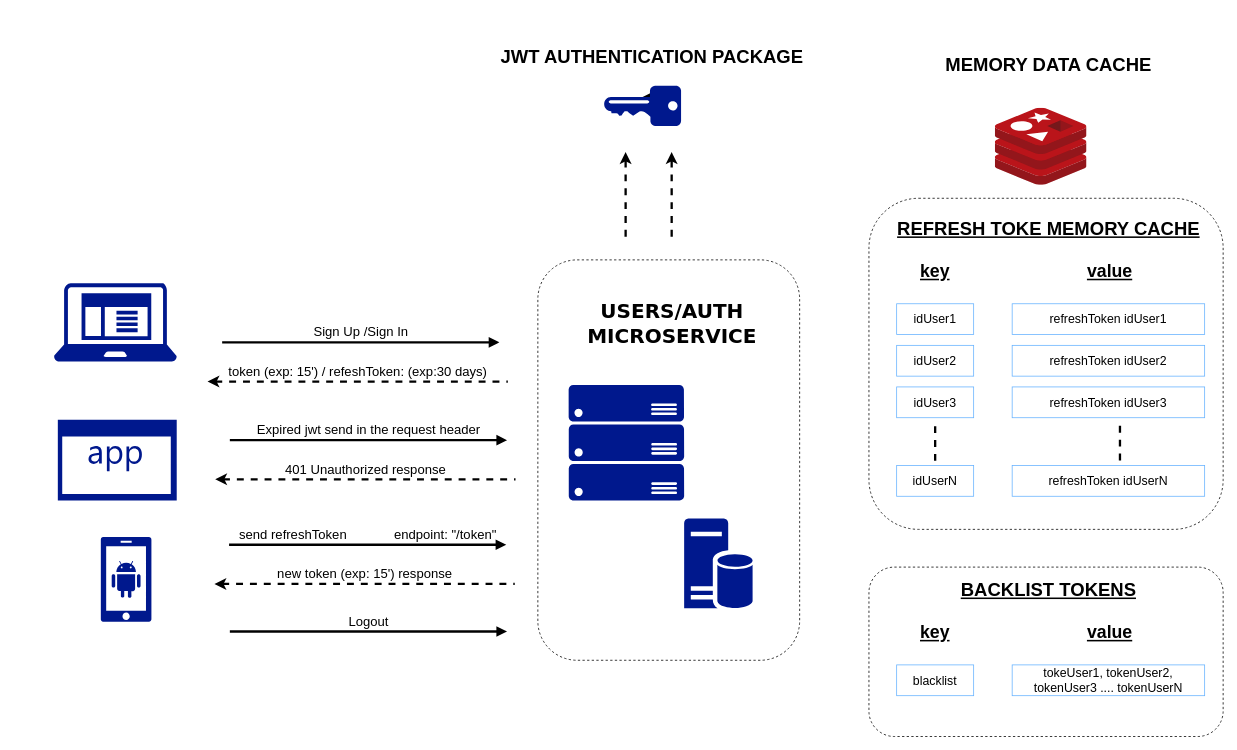
This is page "Redis-JWT-Blacklist" (2 of 2) of Untitled Diagram.drawio from alicembranos/microservices-backend, a draw.io file, before an edit. Source tidied: cells renumbered, new cells numbered last; positions are measured from the earlier drawing's top-left corner, leaving out a move shared by most shapes. Both pictures are drawn from the tidied source at 77%, with x=0, y=0 at pixel (54, 13).
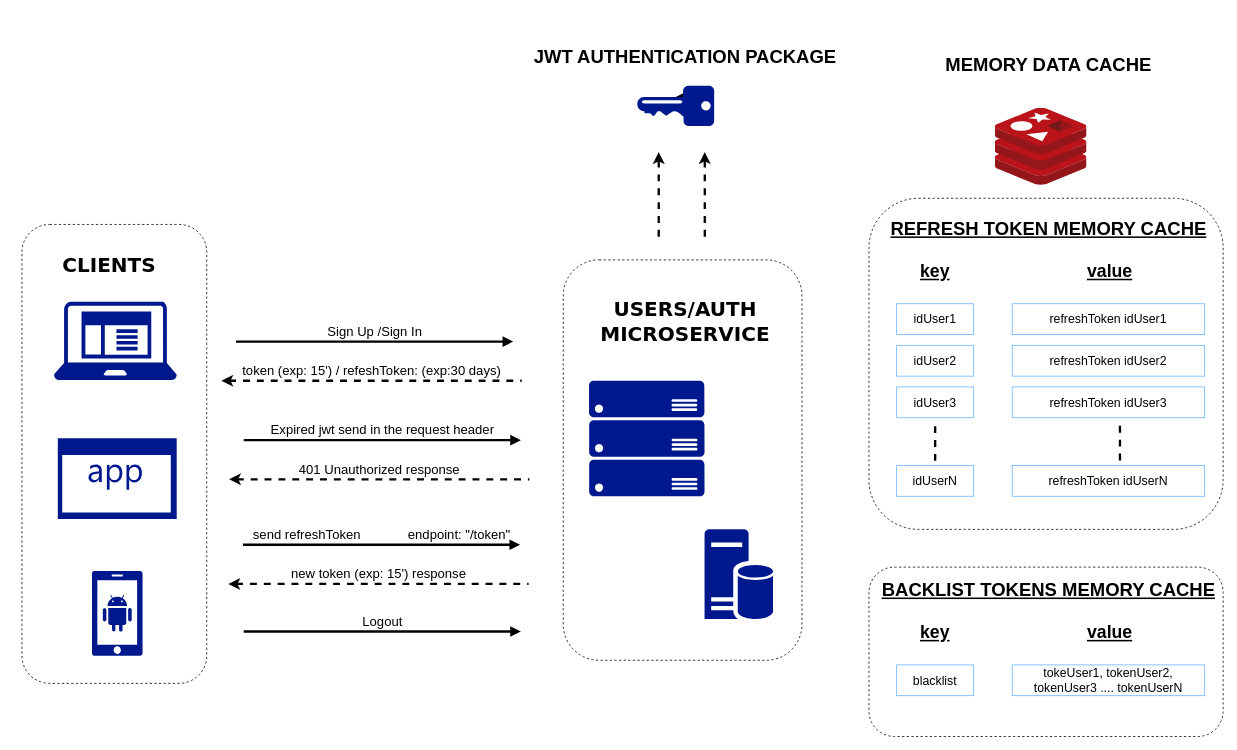
The same diagram, later.

Change to the diagram source:
```diff
@@
+    <mxCell id="43" style="rounded=1;whiteSpace=wrap;html=1;fontFamily=Verdana;fontSize=14;fontColor=#0000CC;strokeWidth=1;dashed=1;" parent="1" vertex="1">
+      <mxGeometry x="-42" y="274" width="240" height="596" as="geometry" />
+    </mxCell>
@@
     <mxCell id="3" style="rounded=1;whiteSpace=wrap;html=1;fontFamily=Verdana;fontSize=14;fontColor=#0000CC;strokeWidth=1;dashed=1;" parent="1" vertex="1">
-      <mxGeometry x="628" y="320" width="340" height="520" as="geometry" />
+      <mxGeometry x="661" y="320" width="310" height="520" as="geometry" />
     </mxCell>
@@
     <mxCell id="5" style="sketch=0;shadow=0;dashed=0;html=1;strokeColor=none;labelPosition=center;verticalLabelPosition=bottom;verticalAlign=top;align=center;fillColor=#00188D;shape=mxgraph.azure.server_rack;" parent="1" vertex="1">
-      <mxGeometry x="668" y="482.5" width="150" height="150" as="geometry" />
+      <mxGeometry x="694.5" y="477" width="150" height="150" as="geometry" />
     </mxCell>
     <mxCell id="6" style="sketch=0;shadow=0;dashed=0;html=1;strokeColor=none;labelPosition=center;verticalLabelPosition=bottom;verticalAlign=top;align=center;fillColor=#00188D;shape=mxgraph.mscae.enterprise.database_server;" parent="1" vertex="1">
-      <mxGeometry x="818" y="656" width="88.9" height="117" as="geometry" />
+      <mxGeometry x="844.5" y="670" width="88.9" height="117" as="geometry" />
     </mxCell>
     <mxCell id="7" value="&lt;font style=&quot;font-size: 26px;&quot;&gt;USERS/AUTH MICROSERVICE&lt;/font&gt;" style="text;html=1;strokeColor=none;fillColor=none;align=center;verticalAlign=middle;whiteSpace=wrap;rounded=0;dashed=1;fontFamily=Verdana;fontSize=26;fontColor=#000000;fontStyle=1;" parent="1" vertex="1">
-      <mxGeometry x="678" y="360" width="249" height="86" as="geometry" />
+      <mxGeometry x="694.5" y="358" width="249" height="86" as="geometry" />
     </mxCell>
@@
     <mxCell id="9" style="sketch=0;shadow=0;dashed=0;html=1;strokeColor=none;labelPosition=center;verticalLabelPosition=bottom;verticalAlign=top;align=center;fillColor=#00188D;shape=mxgraph.mscae.enterprise.key_permissions;labelBorderColor=none;fontFamily=Helvetica;fontSize=16;fontColor=#0000CC;rotation=90;" parent="1" vertex="1">
-      <mxGeometry x="738" y="70" width="52" height="100" as="geometry" />
+      <mxGeometry x="781" y="70" width="52" height="100" as="geometry" />
     </mxCell>
@@
     <mxCell id="11" value="JWT AUTHENTICATION PACKAGE" style="text;html=1;fontSize=24;fontStyle=1;verticalAlign=middle;align=center;fontColor=#000000;" parent="1" vertex="1">
-      <mxGeometry x="608" width="336" height="113" as="geometry" />
+      <mxGeometry x="651" width="336" height="113" as="geometry" />
     </mxCell>
     <mxCell id="12" value="Sign Up /Sign In" style="html=1;verticalAlign=bottom;endArrow=block;rounded=0;fontFamily=Helvetica;fontSize=17;fontColor=#000000;strokeColor=#000000;strokeWidth=3;labelBackgroundColor=none;" parent="1" edge="1">
       <mxGeometry relative="1" as="geometry">
-        <mxPoint x="218" y="427.1" as="sourcePoint" />
-        <mxPoint x="578" y="427.1" as="targetPoint" />
+        <mxPoint x="236" y="426.1" as="sourcePoint" />
+        <mxPoint x="596" y="426.1" as="targetPoint" />
       </mxGeometry>
     </mxCell>
     <mxCell id="13" value="token (exp: 15') / refeshToken: (exp:30 days)" style="html=1;verticalAlign=bottom;endArrow=none;rounded=0;fontFamily=Helvetica;fontSize=17;fontColor=#000000;strokeColor=#000000;strokeWidth=3;labelBackgroundColor=none;dashed=1;startArrow=classic;startFill=1;endFill=0;" parent="1" edge="1">
       <mxGeometry relative="1" as="geometry">
-        <mxPoint x="199" y="478" as="sourcePoint" />
-        <mxPoint x="589" y="478" as="targetPoint" />
+        <mxPoint x="217" y="477" as="sourcePoint" />
+        <mxPoint x="607" y="477" as="targetPoint" />
       </mxGeometry>
     </mxCell>
     <mxCell id="14" value="Expired jwt send in the request header" style="html=1;verticalAlign=bottom;endArrow=block;rounded=0;fontFamily=Helvetica;fontSize=17;fontColor=#000000;strokeColor=#000000;strokeWidth=3;labelBackgroundColor=none;" parent="1" edge="1">
       <mxGeometry relative="1" as="geometry">
-        <mxPoint x="228" y="554.1" as="sourcePoint" />
-        <mxPoint x="588" y="554.1" as="targetPoint" />
+        <mxPoint x="246" y="554.1" as="sourcePoint" />
+        <mxPoint x="606" y="554.1" as="targetPoint" />
       </mxGeometry>
     </mxCell>
     <mxCell id="15" value="401 Unauthorized response" style="html=1;verticalAlign=bottom;endArrow=none;rounded=0;fontFamily=Helvetica;fontSize=17;fontColor=#000000;strokeColor=#000000;strokeWidth=3;labelBackgroundColor=none;dashed=1;startArrow=classic;startFill=1;endFill=0;" parent="1" edge="1">
       <mxGeometry relative="1" as="geometry">
-        <mxPoint x="209" y="605" as="sourcePoint" />
-        <mxPoint x="599" y="605" as="targetPoint" />
+        <mxPoint x="227" y="605" as="sourcePoint" />
+        <mxPoint x="617" y="605" as="targetPoint" />
       </mxGeometry>
     </mxCell>
     <mxCell id="16" style="sketch=0;shadow=0;dashed=0;html=1;strokeColor=none;labelPosition=center;verticalLabelPosition=bottom;verticalAlign=top;align=center;fillColor=#00188D;shape=mxgraph.mscae.enterprise.android_phone;" parent="1" vertex="1">
-      <mxGeometry x="60.3" y="680" width="66" height="110" as="geometry" />
+      <mxGeometry x="48.8" y="724" width="66" height="110" as="geometry" />
     </mxCell>
     <mxCell id="17" style="sketch=0;shadow=0;dashed=0;html=1;strokeColor=none;labelPosition=center;verticalLabelPosition=bottom;verticalAlign=top;align=center;fillColor=#00188D;shape=mxgraph.mscae.enterprise.client_application;" parent="1" vertex="1">
-      <mxGeometry x="-0.4" y="350" width="159.4" height="102" as="geometry" />
+      <mxGeometry x="-0.4" y="374" width="159.4" height="102" as="geometry" />
     </mxCell>
     <mxCell id="18" style="sketch=0;shadow=0;dashed=0;html=1;strokeColor=none;labelPosition=center;verticalLabelPosition=bottom;verticalAlign=top;align=center;fillColor=#00188D;shape=mxgraph.mscae.enterprise.application;" parent="1" vertex="1">
-      <mxGeometry x="4.6" y="527.5" width="154.4" height="105" as="geometry" />
+      <mxGeometry x="4.6" y="551.5" width="154.4" height="105" as="geometry" />
     </mxCell>
     <mxCell id="19" value="send refreshToken&amp;nbsp; &amp;nbsp; &amp;nbsp; &amp;nbsp; &amp;nbsp; &amp;nbsp; &amp;nbsp;endpoint: &quot;/token&quot;" style="html=1;verticalAlign=bottom;endArrow=block;rounded=0;fontFamily=Helvetica;fontSize=17;fontColor=#000000;strokeColor=#000000;strokeWidth=3;labelBackgroundColor=none;" parent="1" edge="1">
       <mxGeometry relative="1" as="geometry">
-        <mxPoint x="227" y="690" as="sourcePoint" />
-        <mxPoint x="587" y="690" as="targetPoint" />
+        <mxPoint x="245" y="690" as="sourcePoint" />
+        <mxPoint x="605" y="690" as="targetPoint" />
       </mxGeometry>
     </mxCell>
     <mxCell id="20" value="new token (exp: 15') response" style="html=1;verticalAlign=bottom;endArrow=none;rounded=0;fontFamily=Helvetica;fontSize=17;fontColor=#000000;strokeColor=#000000;strokeWidth=3;labelBackgroundColor=none;dashed=1;startArrow=classic;startFill=1;endFill=0;" parent="1" edge="1">
       <mxGeometry relative="1" as="geometry">
-        <mxPoint x="208" y="740.9" as="sourcePoint" />
-        <mxPoint x="598" y="740.9" as="targetPoint" />
+        <mxPoint x="226" y="740.9" as="sourcePoint" />
+        <mxPoint x="616" y="740.9" as="targetPoint" />
       </mxGeometry>
     </mxCell>
@@
-    <mxCell id="31" value="REFRESH TOKE MEMORY CACHE" style="text;strokeColor=none;fillColor=none;html=1;fontSize=24;fontStyle=5;verticalAlign=middle;align=center;labelBorderColor=none;fontFamily=Helvetica;fontColor=#000000;" parent="1" vertex="1">
+    <mxCell id="31" value="REFRESH TOKEN MEMORY CACHE" style="text;strokeColor=none;fillColor=none;html=1;fontSize=24;fontStyle=5;verticalAlign=middle;align=center;labelBorderColor=none;fontFamily=Helvetica;fontColor=#000000;" parent="1" vertex="1">
       <mxGeometry x="1241" y="260" width="100" height="40" as="geometry" />
     </mxCell>
@@
-    <mxCell id="37" value="BACKLIST TOKENS" style="text;strokeColor=none;fillColor=none;html=1;fontSize=24;fontStyle=5;verticalAlign=middle;align=center;labelBorderColor=none;fontFamily=Helvetica;fontColor=#000000;" parent="1" vertex="1">
+    <mxCell id="37" value="BACKLIST TOKENS MEMORY CACHE" style="text;strokeColor=none;fillColor=none;html=1;fontSize=24;fontStyle=5;verticalAlign=middle;align=center;labelBorderColor=none;fontFamily=Helvetica;fontColor=#000000;" parent="1" vertex="1">
       <mxGeometry x="1241" y="729" width="100" height="40" as="geometry" />
     </mxCell>
@@
     <mxCell id="40" style="endArrow=classic;html=1;rounded=0;dashed=1;labelBackgroundColor=none;fontFamily=Helvetica;fontSize=23;fontColor=#000000;strokeColor=#000000;strokeWidth=3;" parent="1" edge="1">
       <mxGeometry relative="1" as="geometry">
-        <mxPoint x="742" y="290" as="sourcePoint" />
-        <mxPoint x="742" y="180" as="targetPoint" />
+        <mxPoint x="785" y="290" as="sourcePoint" />
+        <mxPoint x="785" y="180" as="targetPoint" />
       </mxGeometry>
     </mxCell>
     <mxCell id="41" style="endArrow=classic;html=1;rounded=0;dashed=1;labelBackgroundColor=none;fontFamily=Helvetica;fontSize=23;fontColor=#000000;strokeColor=#000000;strokeWidth=3;" parent="1" edge="1">
       <mxGeometry relative="1" as="geometry">
-        <mxPoint x="801.8" y="290" as="sourcePoint" />
-        <mxPoint x="801.8" y="180" as="targetPoint" />
+        <mxPoint x="844.8" y="290" as="sourcePoint" />
+        <mxPoint x="844.8" y="180" as="targetPoint" />
       </mxGeometry>
     </mxCell>
     <mxCell id="42" value="Logout" style="html=1;verticalAlign=bottom;endArrow=block;rounded=0;fontFamily=Helvetica;fontSize=17;fontColor=#000000;strokeColor=#000000;strokeWidth=3;labelBackgroundColor=none;" parent="1" edge="1">
       <mxGeometry relative="1" as="geometry">
-        <mxPoint x="228" y="802.6" as="sourcePoint" />
-        <mxPoint x="588" y="802.6" as="targetPoint" />
+        <mxPoint x="246" y="802.6" as="sourcePoint" />
+        <mxPoint x="606" y="802.6" as="targetPoint" />
       </mxGeometry>
     </mxCell>
+    <mxCell id="44" value="&lt;font style=&quot;font-size: 26px;&quot;&gt;CLIENTS&lt;/font&gt;" style="text;html=1;strokeColor=none;fillColor=none;align=center;verticalAlign=middle;whiteSpace=wrap;rounded=0;dashed=1;fontFamily=Verdana;fontSize=26;fontColor=#000000;fontStyle=1;" parent="1" vertex="1">
+      <mxGeometry x="-53" y="284" width="249" height="86" as="geometry" />
+    </mxCell>
```
